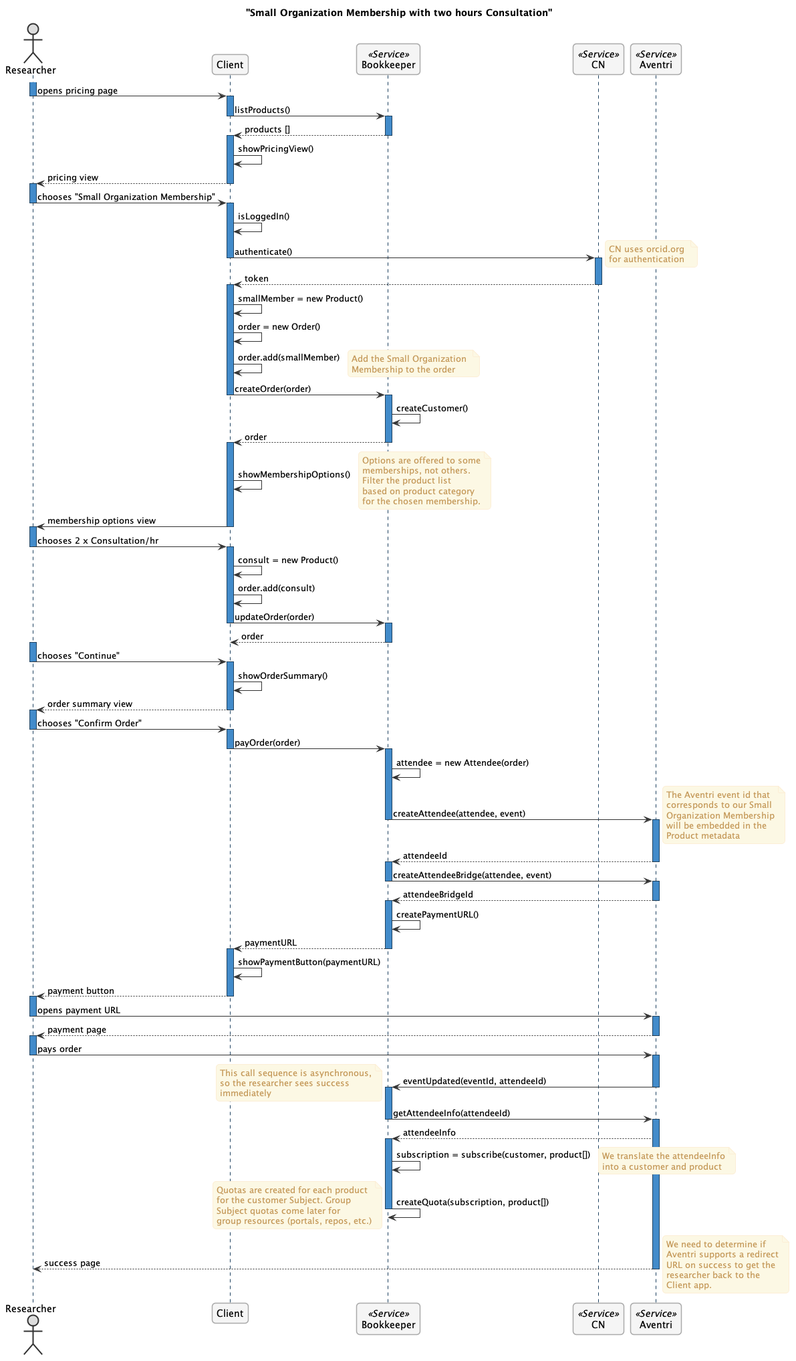
Before: images/create-order.png, a diagram exported from PlantUML (csjx/d1-membership-plan-mgmt). Its diagram source:
```plantuml
@startuml images/create-order.png
      skinparam shadowing false
      skinparam roundcorner 10
      skinparam linetype ortho

      skinparam sequence {
      	ArrowColor #1F4260
      	LifeLineBorderColor #1F4260
      	LifeLineBackgroundColor #428BCA
      	ParticipantBorderColor #AAAAAA
      	ParticipantBackgroundColor #F5F5F5
        ActorBackgroundColor #DDDDDD
        ActorBorderColor #333333
      }

      skinparam noteFontColor #C49858
      skinparam note {
        BackgroundColor #FCF8E4
        BorderColor #FCEED6
      }

      skinparam class {
        BackgroundColor #F5F5F5
        BorderColor #333333
        ArrowColor #333333
      }

      skinparam packageFontColor #9DA0A4
      skinparam package {
        BorderColor #CCCCCC
      }


title "Small Organization Membership with two hours Consultation"
actor Researcher
participant Client
participant Bookkeeper <<Service>>
participant "CN" <<Service>>
participant Aventri <<Service>>

activate Researcher
Researcher -> Client : opens pricing page
deactivate Researcher

activate Client
    Client -> Bookkeeper : listProducts()
deactivate Client

activate Bookkeeper
    Bookkeeper --> Client : products []
deactivate Bookkeeper

activate Client
    Client -> Client : showPricingView()
    Client --> Researcher : pricing view
deactivate Client

activate Researcher
    Researcher -> Client : chooses "Small Organization Membership"
deactivate Researcher

activate Client
    Client -> Client : isLoggedIn()
    Client -> CN : authenticate()
deactivate Client

activate CN
    note right
        CN uses orcid.org
        for authentication
    end note
    CN --> Client : token
deactivate CN

activate Client
    Client -> Client : smallMember = new Product()
    Client -> Client : order = new Order()
    Client -> Client : order.add(smallMember)
    note right
        Add the Small Organization
        Membership to the order
    end note
    Client -> Bookkeeper : createOrder(order)
deactivate Client

activate Bookkeeper
    Bookkeeper -> Bookkeeper : createCustomer()
    Bookkeeper --> Client : order
deactivate Bookkeeper

activate Client
    Client -> Client : showMembershipOptions()
    note right
        Options are offered to some
        memberships, not others.
        Filter the product list
        based on product category
        for the chosen membership.
    end note
    Client -> Researcher : membership options view
deactivate Client

activate Researcher
    Researcher -> Client : chooses 2 x Consultation/hr
deactivate Researcher

activate Client
    Client -> Client : consult = new Product()
    Client -> Client : order.add(consult)
    Client -> Bookkeeper : updateOrder(order)
deactivate Client

activate Bookkeeper
    Bookkeeper --> Client : order
deactivate Bookkeeper

activate Researcher
    Researcher -> Client : chooses "Continue"
deactivate Researcher

activate Client
    Client -> Client : showOrderSummary()
    Client --> Researcher : order summary view
deactivate Client

activate Researcher
    Researcher -> Client : chooses "Confirm Order"
deactivate Researcher

activate Client
    Client -> Bookkeeper : payOrder(order)
deactivate Client

activate Bookkeeper
    Bookkeeper -> Bookkeeper : attendee = new Attendee(order)
    Bookkeeper -> Aventri : createAttendee(attendee, event)
    note right
        The Aventri event id that
        corresponds to our Small
        Organization Membership
        will be embedded in the
        Product metadata
    end note
deactivate Bookkeeper

activate Aventri
    Aventri --> Bookkeeper : attendeeId
deactivate Aventri

activate Bookkeeper
    Bookkeeper -> Aventri : createAttendeeBridge(attendee, event)
deactivate Bookkeeper

activate Aventri
    Aventri --> Bookkeeper : attendeeBridgeId
deactivate Aventri

activate Bookkeeper
    Bookkeeper -> Bookkeeper : createPaymentURL()
    Bookkeeper --> Client : paymentURL
deactivate Bookkeeper

activate Client
    Client -> Client : showPaymentButton(paymentURL)
    Client --> Researcher : payment button
deactivate Client

activate Researcher
    Researcher -> Aventri : opens payment URL
deactivate Researcher

activate Aventri
    Aventri --> Researcher : payment page
deactivate Aventri

activate Researcher
    Researcher -> Aventri : pays order
deactivate Researcher

activate Aventri
    Aventri -> Bookkeeper : eventUpdated(eventId, attendeeId)
    note left
        This call sequence is asynchronous,
        so the researcher sees success
        immediately
    end note
deactivate Aventri

activate Bookkeeper
    Bookkeeper -> Aventri : getAttendeeInfo(attendeeId)
deactivate Bookkeeper

activate Aventri
    Aventri --> Bookkeeper : attendeeInfo

    activate Bookkeeper
        Bookkeeper -> Bookkeeper : subscription = subscribe(customer, product[])
        note right
            We translate the attendeeInfo
            into a customer and product
        end note
        Bookkeeper -> Bookkeeper : createQuota(subscription, product[])
        note left
            Quotas are created for each product
            for the customer Subject. Group
            Subject quotas come later for
            group resources (portals, repos, etc.)
        end note
    deactivate Bookkeeper

    Aventri --> Researcher : success page
    note right
        We need to determine if
        Aventri supports a redirect
        URL on success to get the
        researcher back to the
        Client app.
    end note
deactivate Aventri

@enduml
```
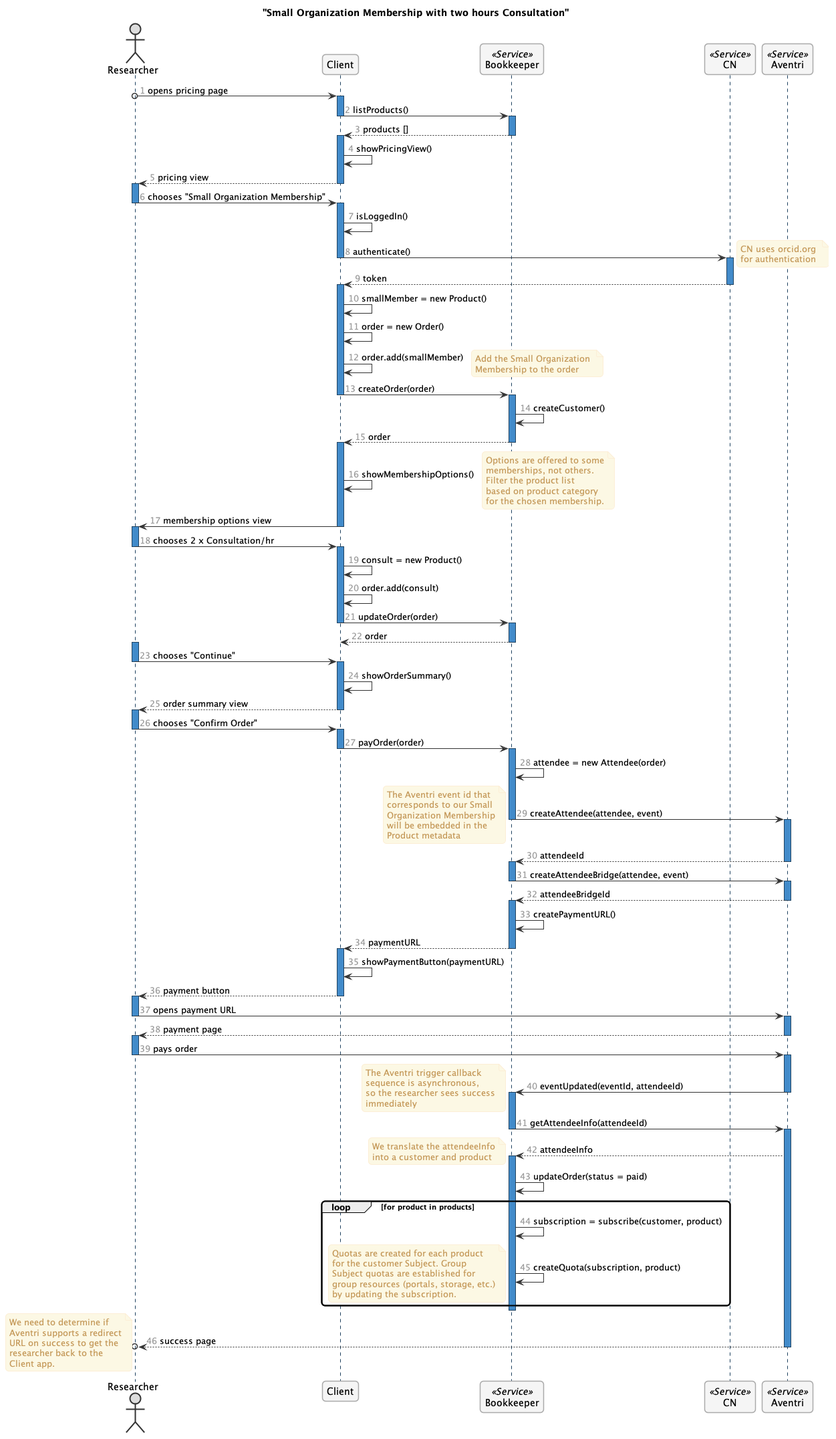
Later version of the same file.

Commit message:
Clarify setting subscriptions and quotas

Also auto number the sequence diagram

Change to the diagram source:
```diff
@@ -31,6 +31,7 @@
       }
 
 
+autonumber "<font color=999999>"
 title "Small Organization Membership with two hours Consultation"
 actor Researcher
 participant Client
@@ -38,9 +39,7 @@
 participant "CN" <<Service>>
 participant Aventri <<Service>>
 
-activate Researcher
-Researcher -> Client : opens pricing page
-deactivate Researcher
+Researcher o-> Client : opens pricing page
 
 activate Client
     Client -> Bookkeeper : listProducts()
@@ -134,7 +133,7 @@
 activate Bookkeeper
     Bookkeeper -> Bookkeeper : attendee = new Attendee(order)
     Bookkeeper -> Aventri : createAttendee(attendee, event)
-    note right
+    note left
         The Aventri event id that
         corresponds to our Small
         Organization Membership
@@ -180,7 +179,8 @@
 activate Aventri
     Aventri -> Bookkeeper : eventUpdated(eventId, attendeeId)
     note left
-        This call sequence is asynchronous,
+        The Aventri trigger callback
+        sequence is asynchronous,
         so the researcher sees success
         immediately
     end note
@@ -192,24 +192,28 @@
 
 activate Aventri
     Aventri --> Bookkeeper : attendeeInfo
+    note left
+        We translate the attendeeInfo
+        into a customer and product
+    end note
 
     activate Bookkeeper
-        Bookkeeper -> Bookkeeper : subscription = subscribe(customer, product[])
-        note right
-            We translate the attendeeInfo
-            into a customer and product
-        end note
-        Bookkeeper -> Bookkeeper : createQuota(subscription, product[])
-        note left
-            Quotas are created for each product
-            for the customer Subject. Group
-            Subject quotas come later for
-            group resources (portals, repos, etc.)
-        end note
+        Bookkeeper -> Bookkeeper : updateOrder(status = paid)
+        loop for product in products
+            Bookkeeper -> Bookkeeper : subscription = subscribe(customer, product)
+            Bookkeeper -> Bookkeeper : createQuota(subscription, product)
+            note left
+                Quotas are created for each product
+                for the customer Subject. Group
+                Subject quotas are established for
+                group resources (portals, storage, etc.)
+                by updating the subscription.
+            end note
+        end
     deactivate Bookkeeper
 
-    Aventri --> Researcher : success page
-    note right
+    Aventri -->o Researcher : success page
+    note left
         We need to determine if
         Aventri supports a redirect
         URL on success to get the
```
